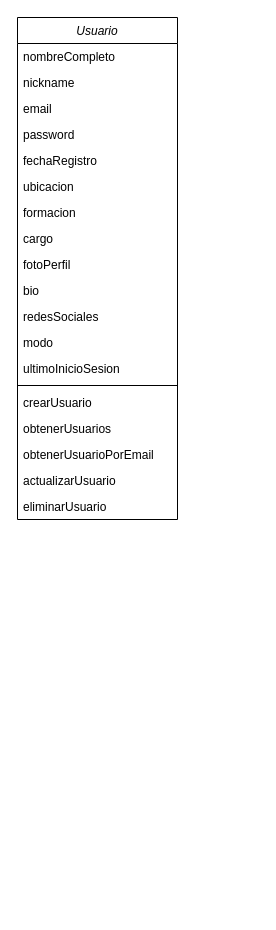
Above: backend/src/other/molamazogames.drawio in AntonioMasM/MoLaMaZoGAMES (draw.io), before the change. Source tidied: cells renumbered, new cells numbered last; positions are measured from the earlier drawing's top-left corner, leaving out a move shared by most shapes. Both pictures are drawn from the tidied source at 100%, with x=0, y=0 at pixel (17, 17).
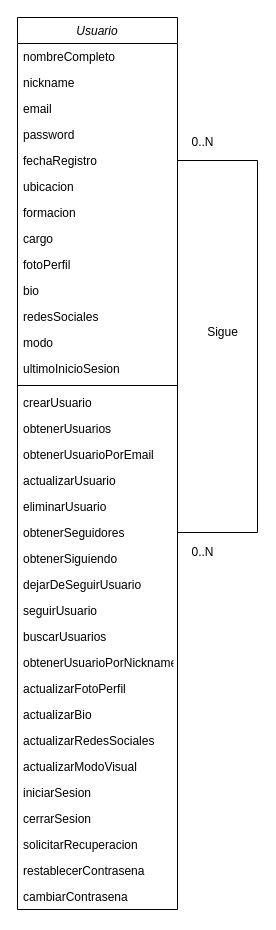
The same diagram, later.

Commit message (it also covers changes not shown here):
BackEnd Parte 6: Llamadas Avanzadas de Usuario

The change refers to these unchanged cells:
```xml
<mxCell id="7" value="fechaRegistro" style="text;align=left;verticalAlign=top;spacingLeft=4;spacingRight=4;overflow=hidden;points=[[0,0.5],[1,0.5]];portConstraint=eastwest;rounded=0;shadow=0;html=0;" parent="2" vertex="1">
  <mxGeometry y="130" width="160" height="26" as="geometry" />
</mxCell>
```

Diff of the diagram source:
```diff
@@
-    <mxCell id="2" value="Usuario" style="swimlane;fontStyle=2;align=center;verticalAlign=top;horizontal=1;startSize=26;rounded=0;shadow=0;strokeWidth=1;" parent="1" vertex="1">
-      <mxGeometry width="160" height="502" as="geometry" />
+    <mxCell id="2" value="Usuario" style="swimlane;fontStyle=2;align=center;verticalAlign=top;horizontal=1;startSize=26;rounded=0;shadow=0;strokeWidth=1;swimlaneLine=1;glass=0;gradientColor=none;" parent="1" vertex="1">
+      <mxGeometry width="160" height="892" as="geometry" />
     </mxCell>
@@
+    <mxCell id="22" value="obtenerSeguidores" style="text;align=left;verticalAlign=top;spacingLeft=4;spacingRight=4;overflow=hidden;points=[[0,0.5],[1,0.5]];portConstraint=eastwest;" parent="2" vertex="1">
+      <mxGeometry y="502" width="160" height="26" as="geometry" />
+    </mxCell>
+    <mxCell id="23" value="obtenerSiguiendo" style="text;align=left;verticalAlign=top;spacingLeft=4;spacingRight=4;overflow=hidden;" parent="2" vertex="1">
+      <mxGeometry y="528" width="160" height="26" as="geometry" />
+    </mxCell>
+    <mxCell id="24" value="dejarDeSeguirUsuario" style="text;align=left;verticalAlign=top;spacingLeft=4;spacingRight=4;overflow=hidden;" parent="2" vertex="1">
+      <mxGeometry y="554" width="160" height="26" as="geometry" />
+    </mxCell>
+    <mxCell id="25" value="seguirUsuario" style="text;align=left;verticalAlign=top;spacingLeft=4;spacingRight=4;overflow=hidden;" parent="2" vertex="1">
+      <mxGeometry y="580" width="160" height="26" as="geometry" />
+    </mxCell>
+    <mxCell id="26" value="buscarUsuarios" style="text;align=left;verticalAlign=top;spacingLeft=4;spacingRight=4;overflow=hidden;" parent="2" vertex="1">
+      <mxGeometry y="606" width="160" height="26" as="geometry" />
+    </mxCell>
+    <mxCell id="27" value="obtenerUsuarioPorNickname&#10;" style="text;align=left;verticalAlign=top;spacingLeft=4;spacingRight=4;overflow=hidden;" parent="2" vertex="1">
+      <mxGeometry y="632" width="160" height="26" as="geometry" />
+    </mxCell>
+    <mxCell id="28" style="endArrow=none;startArrow=none;html=1;rounded=0;entryX=1;entryY=0.5;entryDx=0;entryDy=0;exitX=1;exitY=0.5;exitDx=0;exitDy=0;startFill=0;endFill=0;" parent="2" edge="1" source="22" target="7">
+      <mxGeometry relative="1" as="geometry">
+        <Array as="points">
+          <mxPoint x="240" y="515" />
+          <mxPoint x="240" y="143" />
+        </Array>
+      </mxGeometry>
+    </mxCell>
+    <mxCell id="29" value="actualizarFotoPerfil" style="text;align=left;verticalAlign=top;spacingLeft=4;spacingRight=4;overflow=hidden;" parent="2" vertex="1">
+      <mxGeometry y="658" width="160" height="26" as="geometry" />
+    </mxCell>
+    <mxCell id="30" value="actualizarBio" style="text;align=left;verticalAlign=top;spacingLeft=4;spacingRight=4;overflow=hidden;" parent="2" vertex="1">
+      <mxGeometry y="684" width="160" height="26" as="geometry" />
+    </mxCell>
+    <mxCell id="31" value="actualizarRedesSociales" style="text;align=left;verticalAlign=top;spacingLeft=4;spacingRight=4;overflow=hidden;" parent="2" vertex="1">
+      <mxGeometry y="710" width="160" height="26" as="geometry" />
+    </mxCell>
+    <mxCell id="32" value="actualizarModoVisual" style="text;align=left;verticalAlign=top;spacingLeft=4;spacingRight=4;overflow=hidden;" parent="2" vertex="1">
+      <mxGeometry y="736" width="160" height="26" as="geometry" />
+    </mxCell>
+    <mxCell id="33" value="iniciarSesion" style="text;align=left;verticalAlign=top;spacingLeft=4;spacingRight=4;overflow=hidden;" parent="2" vertex="1">
+      <mxGeometry y="762" width="160" height="26" as="geometry" />
+    </mxCell>
+    <mxCell id="34" value="cerrarSesion" style="text;align=left;verticalAlign=top;spacingLeft=4;spacingRight=4;overflow=hidden;" parent="2" vertex="1">
+      <mxGeometry y="788" width="160" height="26" as="geometry" />
+    </mxCell>
+    <mxCell id="35" value="solicitarRecuperacion" style="text;align=left;verticalAlign=top;spacingLeft=4;spacingRight=4;overflow=hidden;" parent="2" vertex="1">
+      <mxGeometry y="814" width="160" height="26" as="geometry" />
+    </mxCell>
+    <mxCell id="36" value="restablecerContrasena" style="text;align=left;verticalAlign=top;spacingLeft=4;spacingRight=4;overflow=hidden;" parent="2" vertex="1">
+      <mxGeometry y="840" width="160" height="26" as="geometry" />
+    </mxCell>
+    <mxCell id="37" value="cambiarContrasena" style="text;align=left;verticalAlign=top;spacingLeft=4;spacingRight=4;overflow=hidden;" parent="2" vertex="1">
+      <mxGeometry y="866" width="160" height="26" as="geometry" />
+    </mxCell>
+    <mxCell id="38" value="0..N" style="text;html=1;align=center;verticalAlign=middle;strokeColor=none;fillColor=none;" parent="1" vertex="1">
+      <mxGeometry x="160" y="110" width="50" height="30" as="geometry" />
+    </mxCell>
+    <mxCell id="39" value="0..N" style="text;html=1;align=center;verticalAlign=middle;strokeColor=none;fillColor=none;" parent="1" vertex="1">
+      <mxGeometry x="160" y="520" width="50" height="30" as="geometry" />
+    </mxCell>
+    <mxCell id="40" value="Sigue" style="text;html=1;align=center;verticalAlign=middle;strokeColor=none;fillColor=none;" parent="1" vertex="1">
+      <mxGeometry x="180" y="300" width="50" height="30" as="geometry" />
+    </mxCell>
```
